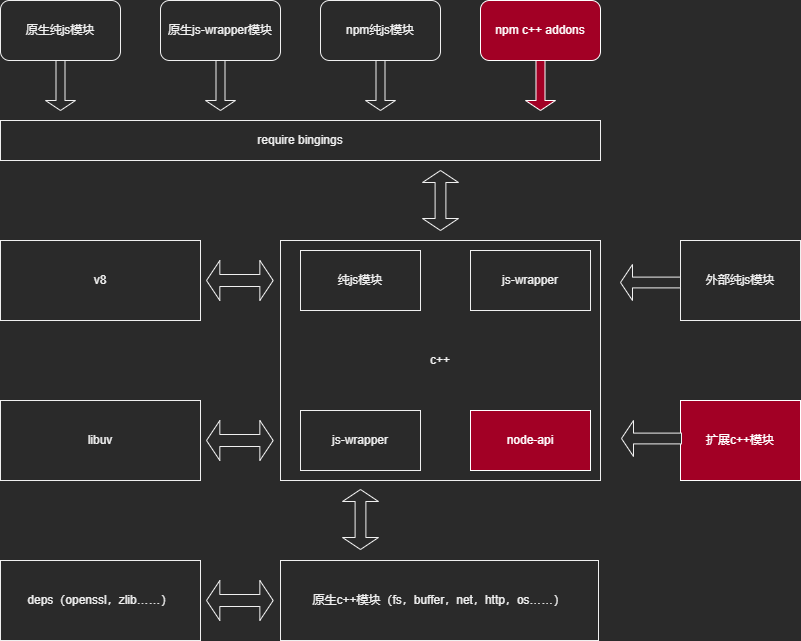
Before: share/nodejs-modules.drawio.png, a diagram exported from draw.io (justajwolf/code-notes). Source tidied: cells renumbered, new cells last; positions are measured from the earlier drawing's top-left corner, leaving out a move shared by most shapes. Its diagram source:
```xml
<mxGraphModel>
  <root>
    <mxCell id="0" />
    <mxCell id="1" parent="0" />
    <mxCell id="2" value="原生纯js模块" style="rounded=1;whiteSpace=wrap;html=1;" parent="1" vertex="1">
      <mxGeometry width="120" height="60" as="geometry" />
    </mxCell>
    <mxCell id="3" value="原生js-wrapper模块" style="rounded=1;whiteSpace=wrap;html=1;" parent="1" vertex="1">
      <mxGeometry x="160" width="120" height="60" as="geometry" />
    </mxCell>
    <mxCell id="4" value="v8" style="rounded=0;whiteSpace=wrap;html=1;" parent="1" vertex="1">
      <mxGeometry y="240" width="200" height="80" as="geometry" />
    </mxCell>
    <mxCell id="5" value="libuv" style="rounded=0;whiteSpace=wrap;html=1;" parent="1" vertex="1">
      <mxGeometry y="400" width="200" height="80" as="geometry" />
    </mxCell>
    <mxCell id="6" value="npm纯js模块" style="rounded=1;whiteSpace=wrap;html=1;" parent="1" vertex="1">
      <mxGeometry x="320" width="120" height="60" as="geometry" />
    </mxCell>
    <mxCell id="7" value="npm c++ addons" style="rounded=1;whiteSpace=wrap;html=1;fillColor=#a20025;fontColor=#ffffff;strokeColor=#FFFFFF;" parent="1" vertex="1">
      <mxGeometry x="480" width="120" height="60" as="geometry" />
    </mxCell>
    <mxCell id="8" value="原生c++模块（fs，buffer，net，http，os……）" style="rounded=0;whiteSpace=wrap;html=1;" parent="1" vertex="1">
      <mxGeometry x="280" y="560" width="318" height="80" as="geometry" />
    </mxCell>
    <mxCell id="9" value="扩展c++模块" style="rounded=0;whiteSpace=wrap;html=1;fillColor=#a20025;fontColor=#ffffff;strokeColor=#FFFFFF;" parent="1" vertex="1">
      <mxGeometry x="680" y="400" width="120" height="80" as="geometry" />
    </mxCell>
    <mxCell id="10" value="require bingings" style="rounded=0;whiteSpace=wrap;html=1;" parent="1" vertex="1">
      <mxGeometry y="120" width="600" height="40" as="geometry" />
    </mxCell>
    <mxCell id="11" value="c++" style="rounded=0;whiteSpace=wrap;html=1;" parent="1" vertex="1">
      <mxGeometry x="280" y="240" width="320" height="240" as="geometry" />
    </mxCell>
    <mxCell id="12" value="deps（openssl，zlib……）" style="rounded=0;whiteSpace=wrap;html=1;" parent="1" vertex="1">
      <mxGeometry y="560" width="200" height="80" as="geometry" />
    </mxCell>
    <mxCell id="13" style="shape=doubleArrow;direction=south;whiteSpace=wrap;html=1;" parent="1" vertex="1">
      <mxGeometry x="342" y="489" width="36" height="60" as="geometry" />
    </mxCell>
    <mxCell id="14" style="shape=doubleArrow;whiteSpace=wrap;html=1;" parent="1" vertex="1">
      <mxGeometry x="206" y="580" width="66.7" height="40" as="geometry" />
    </mxCell>
    <mxCell id="15" style="shape=doubleArrow;whiteSpace=wrap;html=1;" parent="1" vertex="1">
      <mxGeometry x="206" y="420" width="66.7" height="40" as="geometry" />
    </mxCell>
    <mxCell id="16" style="shape=doubleArrow;whiteSpace=wrap;html=1;" parent="1" vertex="1">
      <mxGeometry x="206" y="260" width="66.7" height="40" as="geometry" />
    </mxCell>
    <mxCell id="17" style="shape=doubleArrow;direction=south;whiteSpace=wrap;html=1;" parent="1" vertex="1">
      <mxGeometry x="422" y="170" width="36" height="60" as="geometry" />
    </mxCell>
    <mxCell id="18" style="shape=singleArrow;direction=south;whiteSpace=wrap;html=1;" parent="1" vertex="1">
      <mxGeometry x="45" y="60" width="30" height="50" as="geometry" />
    </mxCell>
    <mxCell id="19" style="shape=singleArrow;direction=south;whiteSpace=wrap;html=1;" parent="1" vertex="1">
      <mxGeometry x="205" y="60" width="30" height="50" as="geometry" />
    </mxCell>
    <mxCell id="20" style="shape=singleArrow;direction=south;whiteSpace=wrap;html=1;" parent="1" vertex="1">
      <mxGeometry x="365" y="60" width="30" height="50" as="geometry" />
    </mxCell>
    <mxCell id="21" style="shape=singleArrow;direction=south;whiteSpace=wrap;html=1;fillColor=#a20025;fontColor=#ffffff;strokeColor=#FFFFFF;" parent="1" vertex="1">
      <mxGeometry x="525" y="60" width="30" height="50" as="geometry" />
    </mxCell>
    <mxCell id="22" value="node-api" style="rounded=0;whiteSpace=wrap;html=1;fillColor=#a20025;fontColor=#ffffff;strokeColor=#FFFFFF;" parent="1" vertex="1">
      <mxGeometry x="470" y="410" width="120" height="60" as="geometry" />
    </mxCell>
    <mxCell id="23" value="js-wrapper" style="rounded=0;whiteSpace=wrap;html=1;" parent="1" vertex="1">
      <mxGeometry x="300" y="410" width="120" height="60" as="geometry" />
    </mxCell>
    <mxCell id="24" value="纯js模块" style="rounded=0;whiteSpace=wrap;html=1;" parent="1" vertex="1">
      <mxGeometry x="300" y="250" width="120" height="60" as="geometry" />
    </mxCell>
    <mxCell id="25" value="js-wrapper" style="rounded=0;whiteSpace=wrap;html=1;" parent="1" vertex="1">
      <mxGeometry x="470" y="250" width="120" height="60" as="geometry" />
    </mxCell>
    <mxCell id="26" style="shape=singleArrow;direction=west;whiteSpace=wrap;html=1;" parent="1" vertex="1">
      <mxGeometry x="621" y="420" width="60" height="36" as="geometry" />
    </mxCell>
    <mxCell id="27" value="外部纯js模块" style="rounded=0;whiteSpace=wrap;html=1;" parent="1" vertex="1">
      <mxGeometry x="680" y="240" width="120" height="80" as="geometry" />
    </mxCell>
    <mxCell id="28" style="shape=singleArrow;direction=west;whiteSpace=wrap;html=1;" parent="1" vertex="1">
      <mxGeometry x="620" y="264" width="60" height="36" as="geometry" />
    </mxCell>
  </root>
</mxGraphModel>
```
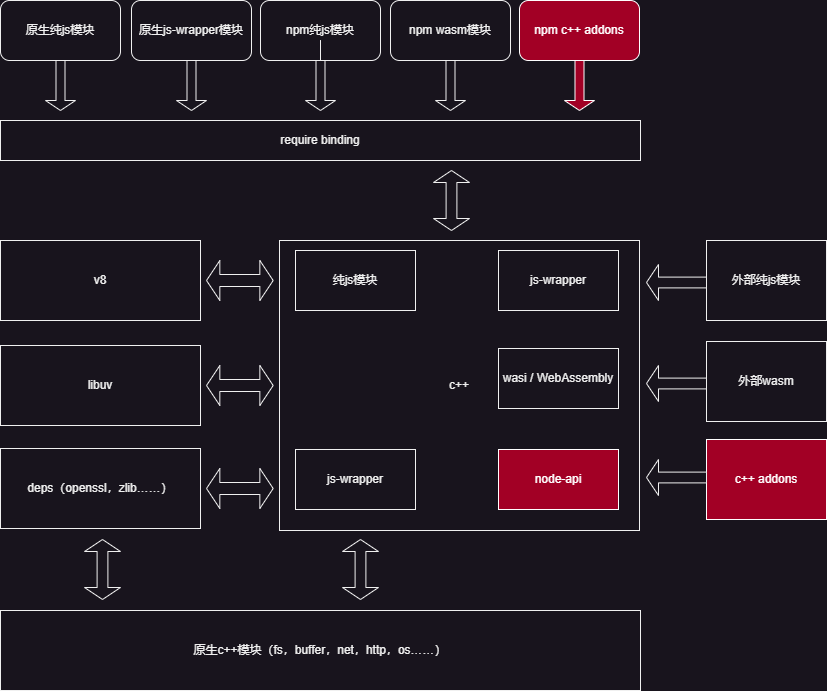
The same diagram one commit later.

The edit, as a diff of the source:
```diff
@@ -6,82 +6,106 @@
       <mxGeometry width="120" height="60" as="geometry" />
     </mxCell>
     <mxCell id="3" value="原生js-wrapper模块" style="rounded=1;whiteSpace=wrap;html=1;" parent="1" vertex="1">
-      <mxGeometry x="160" width="120" height="60" as="geometry" />
+      <mxGeometry x="131" width="120" height="60" as="geometry" />
     </mxCell>
     <mxCell id="4" value="v8" style="rounded=0;whiteSpace=wrap;html=1;" parent="1" vertex="1">
       <mxGeometry y="240" width="200" height="80" as="geometry" />
     </mxCell>
     <mxCell id="5" value="libuv" style="rounded=0;whiteSpace=wrap;html=1;" parent="1" vertex="1">
-      <mxGeometry y="400" width="200" height="80" as="geometry" />
+      <mxGeometry y="345" width="200" height="80" as="geometry" />
     </mxCell>
     <mxCell id="6" value="npm纯js模块" style="rounded=1;whiteSpace=wrap;html=1;" parent="1" vertex="1">
-      <mxGeometry x="320" width="120" height="60" as="geometry" />
+      <mxGeometry x="260" width="120" height="60" as="geometry" />
     </mxCell>
     <mxCell id="7" value="npm c++ addons" style="rounded=1;whiteSpace=wrap;html=1;fillColor=#a20025;fontColor=#ffffff;strokeColor=#FFFFFF;" parent="1" vertex="1">
-      <mxGeometry x="480" width="120" height="60" as="geometry" />
+      <mxGeometry x="519" width="120" height="60" as="geometry" />
     </mxCell>
     <mxCell id="8" value="原生c++模块（fs，buffer，net，http，os……）" style="rounded=0;whiteSpace=wrap;html=1;" parent="1" vertex="1">
-      <mxGeometry x="280" y="560" width="318" height="80" as="geometry" />
+      <mxGeometry y="610" width="640" height="80" as="geometry" />
     </mxCell>
-    <mxCell id="9" value="扩展c++模块" style="rounded=0;whiteSpace=wrap;html=1;fillColor=#a20025;fontColor=#ffffff;strokeColor=#FFFFFF;" parent="1" vertex="1">
-      <mxGeometry x="680" y="400" width="120" height="80" as="geometry" />
+    <mxCell id="9" value="c++ addons" style="rounded=0;whiteSpace=wrap;html=1;fillColor=#a20025;fontColor=#ffffff;strokeColor=#FFFFFF;" parent="1" vertex="1">
+      <mxGeometry x="706" y="439" width="120" height="80" as="geometry" />
     </mxCell>
-    <mxCell id="10" value="require bingings" style="rounded=0;whiteSpace=wrap;html=1;" parent="1" vertex="1">
-      <mxGeometry y="120" width="600" height="40" as="geometry" />
+    <mxCell id="10" value="require binding" style="rounded=0;whiteSpace=wrap;html=1;" parent="1" vertex="1">
+      <mxGeometry y="120" width="640" height="40" as="geometry" />
     </mxCell>
     <mxCell id="11" value="c++" style="rounded=0;whiteSpace=wrap;html=1;" parent="1" vertex="1">
-      <mxGeometry x="280" y="240" width="320" height="240" as="geometry" />
+      <mxGeometry x="279" y="240" width="360" height="290" as="geometry" />
     </mxCell>
     <mxCell id="12" value="deps（openssl，zlib……）" style="rounded=0;whiteSpace=wrap;html=1;" parent="1" vertex="1">
-      <mxGeometry y="560" width="200" height="80" as="geometry" />
+      <mxGeometry y="448" width="200" height="80" as="geometry" />
     </mxCell>
     <mxCell id="13" style="shape=doubleArrow;direction=south;whiteSpace=wrap;html=1;" parent="1" vertex="1">
-      <mxGeometry x="342" y="489" width="36" height="60" as="geometry" />
+      <mxGeometry x="342" y="539" width="36" height="60" as="geometry" />
     </mxCell>
     <mxCell id="14" style="shape=doubleArrow;whiteSpace=wrap;html=1;" parent="1" vertex="1">
-      <mxGeometry x="206" y="580" width="66.7" height="40" as="geometry" />
+      <mxGeometry x="206" y="468" width="66.7" height="40" as="geometry" />
     </mxCell>
     <mxCell id="15" style="shape=doubleArrow;whiteSpace=wrap;html=1;" parent="1" vertex="1">
-      <mxGeometry x="206" y="420" width="66.7" height="40" as="geometry" />
+      <mxGeometry x="206" y="365" width="66.7" height="40" as="geometry" />
     </mxCell>
     <mxCell id="16" style="shape=doubleArrow;whiteSpace=wrap;html=1;" parent="1" vertex="1">
       <mxGeometry x="206" y="260" width="66.7" height="40" as="geometry" />
     </mxCell>
     <mxCell id="17" style="shape=doubleArrow;direction=south;whiteSpace=wrap;html=1;" parent="1" vertex="1">
-      <mxGeometry x="422" y="170" width="36" height="60" as="geometry" />
+      <mxGeometry x="433" y="170" width="36" height="60" as="geometry" />
     </mxCell>
     <mxCell id="18" style="shape=singleArrow;direction=south;whiteSpace=wrap;html=1;" parent="1" vertex="1">
       <mxGeometry x="45" y="60" width="30" height="50" as="geometry" />
     </mxCell>
     <mxCell id="19" style="shape=singleArrow;direction=south;whiteSpace=wrap;html=1;" parent="1" vertex="1">
-      <mxGeometry x="205" y="60" width="30" height="50" as="geometry" />
+      <mxGeometry x="176" y="60" width="30" height="50" as="geometry" />
     </mxCell>
+    <mxCell id="29" style="edgeStyle=orthogonalEdgeStyle;rounded=0;jettySize=auto;html=1;" parent="1" edge="1" source="20" target="6">
+      <mxGeometry relative="1" as="geometry" />
+    </mxCell>
+    <mxCell id="30" style="edgeStyle=orthogonalEdgeStyle;rounded=0;jettySize=auto;html=1;" parent="1" edge="1" source="20" target="6">
+      <mxGeometry relative="1" as="geometry" />
+    </mxCell>
     <mxCell id="20" style="shape=singleArrow;direction=south;whiteSpace=wrap;html=1;" parent="1" vertex="1">
-      <mxGeometry x="365" y="60" width="30" height="50" as="geometry" />
+      <mxGeometry x="305" y="60" width="30" height="50" as="geometry" />
     </mxCell>
     <mxCell id="21" style="shape=singleArrow;direction=south;whiteSpace=wrap;html=1;fillColor=#a20025;fontColor=#ffffff;strokeColor=#FFFFFF;" parent="1" vertex="1">
-      <mxGeometry x="525" y="60" width="30" height="50" as="geometry" />
+      <mxGeometry x="564" y="60" width="30" height="50" as="geometry" />
     </mxCell>
     <mxCell id="22" value="node-api" style="rounded=0;whiteSpace=wrap;html=1;fillColor=#a20025;fontColor=#ffffff;strokeColor=#FFFFFF;" parent="1" vertex="1">
-      <mxGeometry x="470" y="410" width="120" height="60" as="geometry" />
+      <mxGeometry x="498" y="449" width="120" height="60" as="geometry" />
     </mxCell>
     <mxCell id="23" value="js-wrapper" style="rounded=0;whiteSpace=wrap;html=1;" parent="1" vertex="1">
-      <mxGeometry x="300" y="410" width="120" height="60" as="geometry" />
+      <mxGeometry x="295" y="449" width="120" height="60" as="geometry" />
     </mxCell>
     <mxCell id="24" value="纯js模块" style="rounded=0;whiteSpace=wrap;html=1;" parent="1" vertex="1">
-      <mxGeometry x="300" y="250" width="120" height="60" as="geometry" />
+      <mxGeometry x="295" y="250" width="120" height="60" as="geometry" />
     </mxCell>
     <mxCell id="25" value="js-wrapper" style="rounded=0;whiteSpace=wrap;html=1;" parent="1" vertex="1">
-      <mxGeometry x="470" y="250" width="120" height="60" as="geometry" />
+      <mxGeometry x="498" y="250" width="120" height="60" as="geometry" />
     </mxCell>
     <mxCell id="26" style="shape=singleArrow;direction=west;whiteSpace=wrap;html=1;" parent="1" vertex="1">
-      <mxGeometry x="621" y="420" width="60" height="36" as="geometry" />
+      <mxGeometry x="646" y="459" width="60" height="36" as="geometry" />
     </mxCell>
     <mxCell id="27" value="外部纯js模块" style="rounded=0;whiteSpace=wrap;html=1;" parent="1" vertex="1">
-      <mxGeometry x="680" y="240" width="120" height="80" as="geometry" />
+      <mxGeometry x="706" y="240" width="120" height="80" as="geometry" />
     </mxCell>
     <mxCell id="28" style="shape=singleArrow;direction=west;whiteSpace=wrap;html=1;" parent="1" vertex="1">
-      <mxGeometry x="620" y="264" width="60" height="36" as="geometry" />
+      <mxGeometry x="646" y="264" width="60" height="36" as="geometry" />
     </mxCell>
+    <mxCell id="31" value="wasi / WebAssembly" style="rounded=0;whiteSpace=wrap;html=1;" parent="1" vertex="1">
+      <mxGeometry x="498" y="348" width="120" height="60" as="geometry" />
+    </mxCell>
+    <mxCell id="32" value="外部wasm" style="rounded=0;whiteSpace=wrap;html=1;" parent="1" vertex="1">
+      <mxGeometry x="706" y="341" width="120" height="80" as="geometry" />
+    </mxCell>
+    <mxCell id="33" style="shape=singleArrow;direction=west;whiteSpace=wrap;html=1;" parent="1" vertex="1">
+      <mxGeometry x="646" y="365" width="60" height="36" as="geometry" />
+    </mxCell>
+    <mxCell id="34" style="shape=doubleArrow;direction=south;whiteSpace=wrap;html=1;" parent="1" vertex="1">
+      <mxGeometry x="84" y="539" width="36" height="60" as="geometry" />
+    </mxCell>
+    <mxCell id="35" value="npm wasm模块" style="rounded=1;whiteSpace=wrap;html=1;" parent="1" vertex="1">
+      <mxGeometry x="390" width="120" height="60" as="geometry" />
+    </mxCell>
+    <mxCell id="36" style="shape=singleArrow;direction=south;whiteSpace=wrap;html=1;" parent="1" vertex="1">
+      <mxGeometry x="435" y="60" width="30" height="50" as="geometry" />
+    </mxCell>
   </root>
 </mxGraphModel>
```
